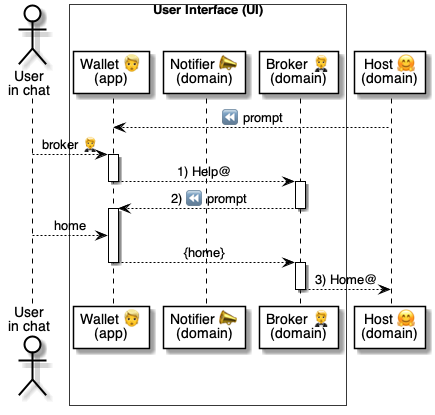
pollyweb-org/pollyweb-docs keeps this PlantUML diagram as 5 ⏩ Flows/90 🧑‍🦰👉 Wallets/20 👉💬 Chats/.📎 Assets/⚙️ Home.png. Above is the earlier version. Its source is kept beside it as 5 ⏩ Flows/90 🧑‍🦰👉 Wallets/20 👉💬 Chats/.📎 Assets/⚙️ Home.puml. Source of this version:
```plantuml
@startuml

actor "User\nin chat" as user

box "User Interface (UI)"  #FFFFFF
  participant "Wallet 👱\n(app)" as wallet
  participant "Notifier 📣\n(domain)" as notifier
  participant "Broker 🤵\n(domain)" as broker
end box

participant "Host 🤗\n(domain)" as host

host --> wallet: ⏪ prompt

user --> wallet: broker 🤵
activate wallet
    wallet --> broker: 1) Help@
deactivate wallet

activate broker
    broker --> wallet: 2) ⏪ prompt
deactivate broker

activate wallet
    user --> wallet: home
    wallet --> broker: {home}
deactivate wallet

activate broker
    broker --> host: 3) Home@
deactivate broker

@enduml
```
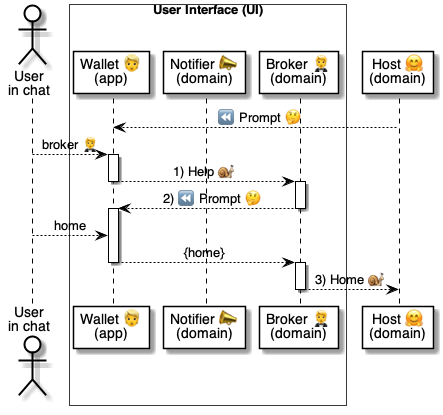
The same diagram one commit later.

Change to the diagram source:
```diff
@@ -10,15 +10,15 @@
 
 participant "Host 🤗\n(domain)" as host
 
-host --> wallet: ⏪ prompt
+host --> wallet: ⏪ Prompt 🤔
 
 user --> wallet: broker 🤵
 activate wallet
-    wallet --> broker: 1) Help@
+    wallet --> broker: 1) Help 🐌
 deactivate wallet
 
 activate broker
-    broker --> wallet: 2) ⏪ prompt
+    broker --> wallet: 2) ⏪ Prompt 🤔
 deactivate broker
 
 activate wallet
@@ -27,7 +27,7 @@
 deactivate wallet
 
 activate broker
-    broker --> host: 3) Home@
+    broker --> host: 3) Home 🐌
 deactivate broker
 
 @enduml
```
